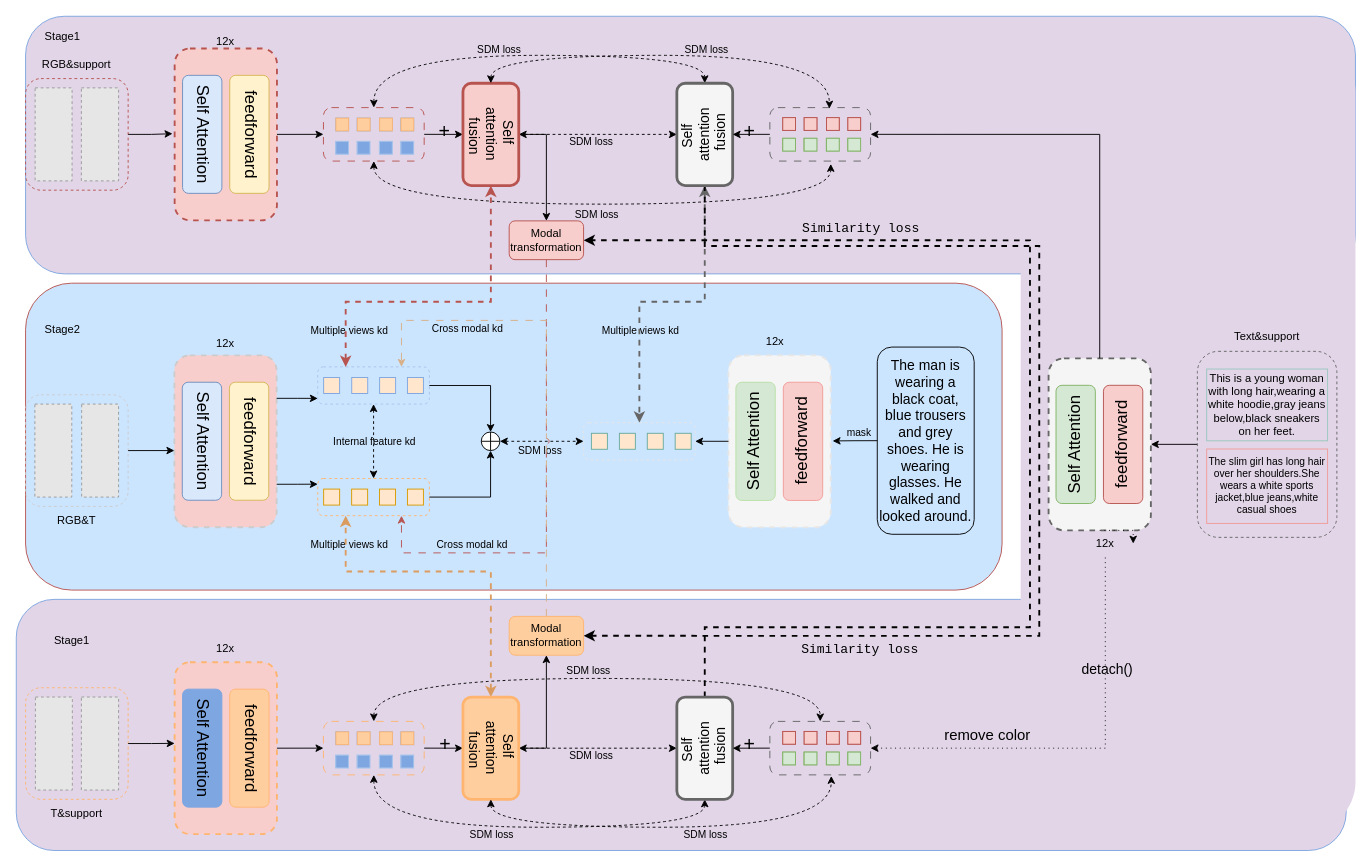
Above: 11.30mulkd.drawio in CZYdeGithub/drawio (draw.io), before the change. Source tidied: cells renumbered, new cells numbered last; positions are measured from the earlier drawing's top-left corner, leaving out a move shared by most shapes. Both pictures are drawn from the tidied source at 93%, with x=0, y=0 at pixel (16, 16). Pictures stored in the file or linked from it are replaced by grey dashed boxes.
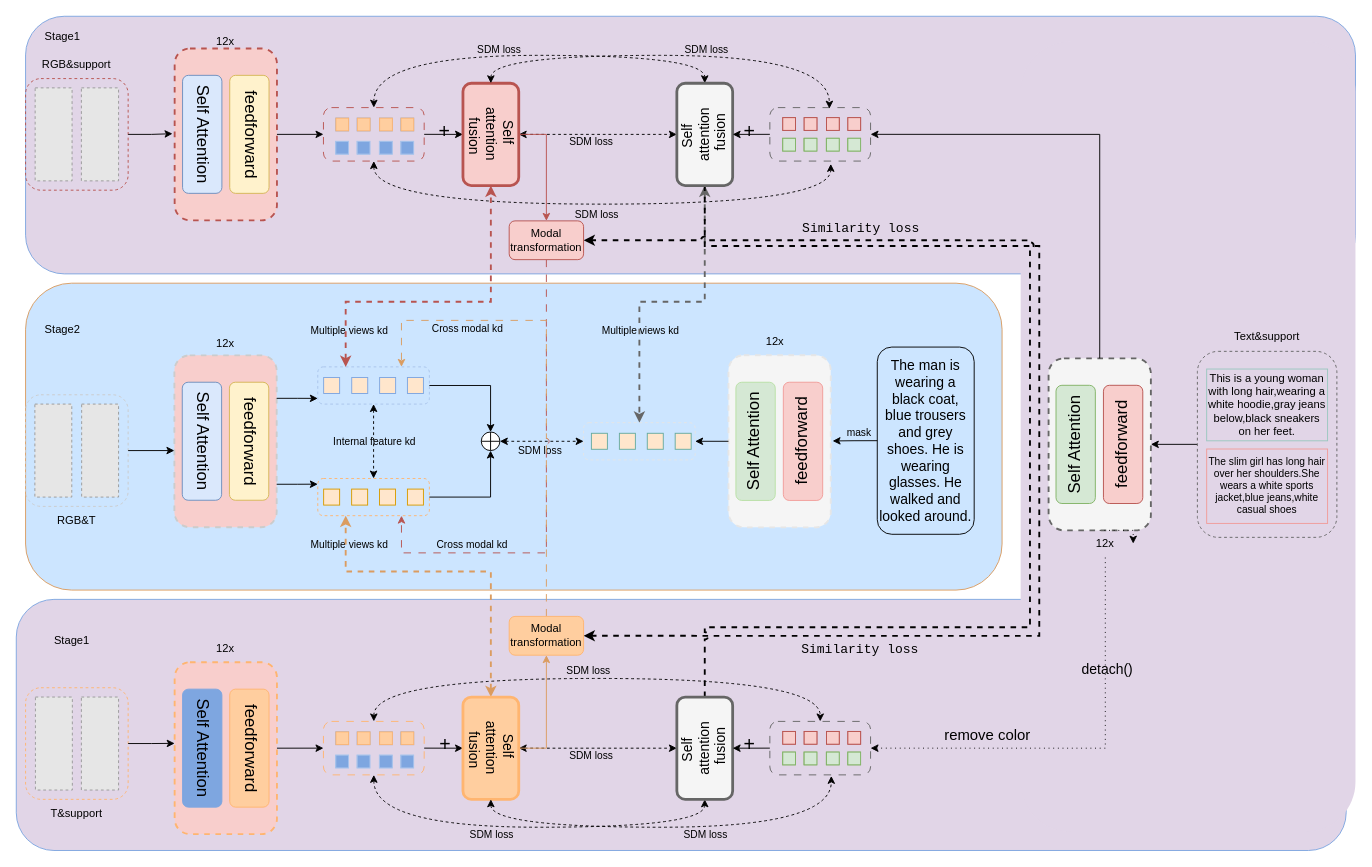
After the change.

Unchanged cells that the change refers to:
```xml
<mxCell id="16" value="Self&amp;nbsp;&lt;div style=&quot;font-size: 15px;&quot;&gt;attention&lt;/div&gt;&lt;div style=&quot;font-size: 15px;&quot;&gt;&amp;nbsp;fusion&lt;/div&gt;" style="rounded=1;whiteSpace=wrap;html=1;direction=west;textDirection=vertical-rl;fontSize=15;strokeColor=#b85450;strokeWidth=3;fillColor=#f8cecc;" parent="1" vertex="1">
  <mxGeometry x="480.3" y="72" width="60" height="110" as="geometry" />
</mxCell>
<mxCell id="20" value="Self&amp;nbsp;&lt;div style=&quot;font-size: 15px;&quot;&gt;attention&lt;/div&gt;&lt;div style=&quot;font-size: 15px;&quot;&gt;&amp;nbsp;fusion&lt;/div&gt;" style="rounded=1;whiteSpace=wrap;html=1;direction=east;textDirection=vertical-rl;fontSize=15;strokeColor=#666666;flipV=1;flipH=1;rotation=-180;strokeWidth=3;fillColor=#f5f5f5;" parent="1" vertex="1">
  <mxGeometry x="710.3" y="72" width="60" height="110" as="geometry" />
</mxCell>
<mxCell id="88" style="rounded=1;whiteSpace=wrap;html=1;gradientColor=none;fillColor=none;dashed=1;strokeColor=#A9C4EB;" parent="83" vertex="1">
  <mxGeometry width="120" height="40" as="geometry" />
</mxCell>
<mxCell id="140" value="Self&amp;nbsp;&lt;div style=&quot;font-size: 15px;&quot;&gt;attention&lt;/div&gt;&lt;div style=&quot;font-size: 15px;&quot;&gt;&amp;nbsp;fusion&lt;/div&gt;" style="rounded=1;whiteSpace=wrap;html=1;direction=west;textDirection=vertical-rl;fontSize=15;strokeColor=#ffb570;strokeWidth=3;fillColor=#ffce9f;" parent="1" vertex="1">
  <mxGeometry x="480.3" y="732" width="60" height="110" as="geometry" />
</mxCell>
<mxCell id="142" value="Self&amp;nbsp;&lt;div style=&quot;font-size: 15px;&quot;&gt;attention&lt;/div&gt;&lt;div style=&quot;font-size: 15px;&quot;&gt;&amp;nbsp;fusion&lt;/div&gt;" style="rounded=1;whiteSpace=wrap;html=1;direction=east;textDirection=vertical-rl;fontSize=15;strokeColor=#666666;flipV=1;flipH=1;rotation=-180;strokeWidth=3;fillColor=#f5f5f5;" parent="1" vertex="1">
  <mxGeometry x="710.3" y="732" width="60" height="110" as="geometry" />
</mxCell>
<mxCell id="200" value="Modal transformation" style="rounded=1;whiteSpace=wrap;html=1;fillColor=#f8cecc;strokeColor=#b85450;" parent="1" vertex="1">
  <mxGeometry x="530" y="220" width="80" height="41.7" as="geometry" />
</mxCell>
<mxCell id="202" value="Modal transformation" style="rounded=1;whiteSpace=wrap;html=1;fillColor=#ffce9f;strokeColor=#ffb570;" parent="1" vertex="1">
  <mxGeometry x="530" y="645.3" width="80" height="41.7" as="geometry" />
</mxCell>
```

What changed in the source:
```diff
@@
-    <mxCell id="4" style="rounded=1;whiteSpace=wrap;html=1;fillColor=#cce5ff;strokeColor=#b85450;fillStyle=auto;gradientDirection=radial;" parent="1" vertex="1">
+    <mxCell id="4" style="rounded=1;whiteSpace=wrap;html=1;fillColor=#cce5ff;strokeColor=#db9c60;fillStyle=auto;gradientDirection=radial;" parent="1" vertex="1">
       <mxGeometry x="10" y="287" width="1050" height="330" as="geometry" />
     </mxCell>
@@
-    <mxCell id="15" style="edgeStyle=orthogonalEdgeStyle;rounded=0;jettySize=auto;html=1;exitX=0;exitY=0.5;exitDx=0;exitDy=0;" parent="1" edge="1" source="16" target="200">
+    <mxCell id="15" style="edgeStyle=orthogonalEdgeStyle;rounded=0;jettySize=auto;html=1;exitX=0;exitY=0.5;exitDx=0;exitDy=0;strokeColor=#b85450;" parent="1" edge="1" source="16" target="200">
       <mxGeometry relative="1" as="geometry" />
     </mxCell>
@@
-    <mxCell id="18" style="edgeStyle=orthogonalEdgeStyle;rounded=0;jettySize=auto;html=1;exitX=0.5;exitY=0;exitDx=0;exitDy=0;entryX=1;entryY=0.5;entryDx=0;entryDy=0;dashed=1;strokeWidth=2;" parent="1" edge="1" source="20" target="202">
+    <mxCell id="18" style="edgeStyle=orthogonalEdgeStyle;rounded=0;jettySize=auto;html=1;exitX=0.5;exitY=0;exitDx=0;exitDy=0;entryX=1;entryY=0.5;entryDx=0;entryDy=0;dashed=1;strokeWidth=2;jumpStyle=arc;" parent="1" edge="1" source="20" target="202">
       <mxGeometry relative="1" as="geometry">
         <Array as="points">
           <mxPoint x="740" y="247" />
           <mxPoint x="1100" y="247" />
           <mxPoint x="1100" y="666" />
         </Array>
       </mxGeometry>
     </mxCell>
@@
-    <mxCell id="138" style="edgeStyle=orthogonalEdgeStyle;rounded=0;jettySize=auto;html=1;exitX=0;exitY=0.5;exitDx=0;exitDy=0;entryX=0.5;entryY=1;entryDx=0;entryDy=0;" parent="1" edge="1" source="140" target="202">
+    <mxCell id="138" style="edgeStyle=orthogonalEdgeStyle;rounded=0;jettySize=auto;html=1;exitX=0;exitY=0.5;exitDx=0;exitDy=0;entryX=0.5;entryY=1;entryDx=0;entryDy=0;strokeColor=#db9c60;" parent="1" edge="1" source="140" target="202">
       <mxGeometry relative="1" as="geometry" />
     </mxCell>
@@
-    <mxCell id="141" style="edgeStyle=orthogonalEdgeStyle;rounded=0;jettySize=auto;html=1;exitX=0.5;exitY=1;exitDx=0;exitDy=0;entryX=1;entryY=0.5;entryDx=0;entryDy=0;dashed=1;strokeWidth=2;" parent="1" edge="1" source="142" target="200">
+    <mxCell id="141" style="edgeStyle=orthogonalEdgeStyle;rounded=0;jettySize=auto;html=1;exitX=0.5;exitY=1;exitDx=0;exitDy=0;entryX=1;entryY=0.5;entryDx=0;entryDy=0;dashed=1;strokeWidth=2;jumpStyle=arc;" parent="1" edge="1" source="142" target="200">
       <mxGeometry relative="1" as="geometry">
         <Array as="points">
           <mxPoint x="740" y="657" />
           <mxPoint x="1090" y="657" />
           <mxPoint x="1090" y="241" />
         </Array>
       </mxGeometry>
     </mxCell>
@@
-    <mxCell id="201" style="edgeStyle=orthogonalEdgeStyle;rounded=0;jettySize=auto;html=1;exitX=0.5;exitY=0;exitDx=0;exitDy=0;entryX=0.75;entryY=0;entryDx=0;entryDy=0;jumpStyle=arc;strokeColor=#D9AF87;dashed=1;dashPattern=8 8;" parent="1" edge="1" source="202" target="88">
+    <mxCell id="201" style="edgeStyle=orthogonalEdgeStyle;rounded=0;jettySize=auto;html=1;exitX=0.5;exitY=0;exitDx=0;exitDy=0;entryX=0.75;entryY=0;entryDx=0;entryDy=0;jumpStyle=arc;strokeColor=#db9c60;dashed=1;dashPattern=8 8;" parent="1" edge="1" source="202" target="88">
       <mxGeometry relative="1" as="geometry">
         <Array as="points">
           <mxPoint x="570" y="327" />
           <mxPoint x="414" y="327" />
         </Array>
       </mxGeometry>
     </mxCell>
```
